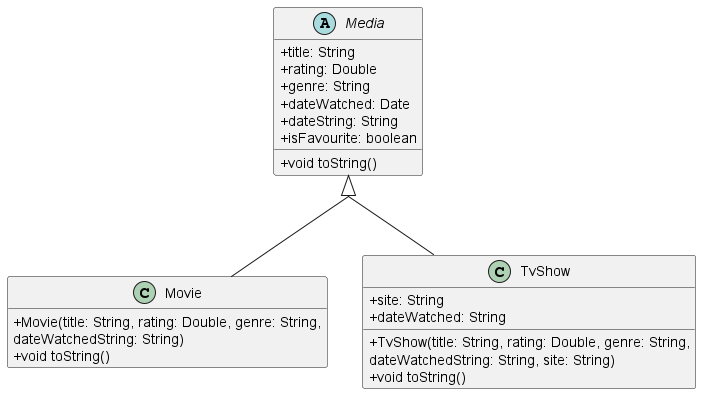
nus-cs2113-AY2223S1/tp keeps this PlantUML diagram as docs/imgs/MovieClass.png. Above is the earlier version. Its source is kept beside it as docs/UML Diagrams/MovieClass.puml.
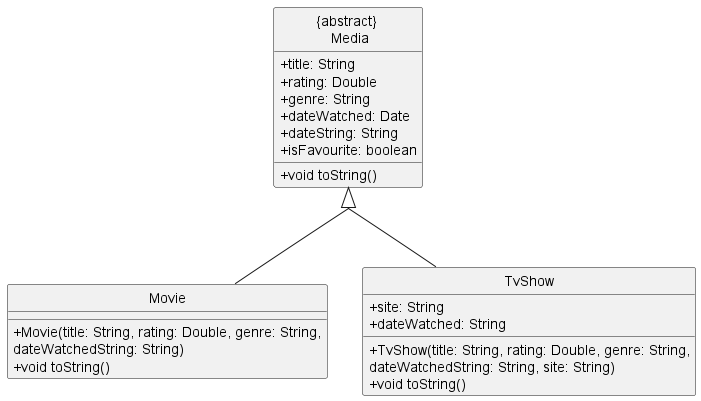
After the change.

The edit, as a diff of the source:
```diff
@@ -1,7 +1,7 @@
 @startuml
 !include style.puml
 
-abstract class Media {
+class "{abstract} \n Media" {
     +title: String
     +rating: Double
     +genre: String
@@ -16,7 +16,6 @@
     dateWatchedString: String)
     +void toString()
 }
-hide Movie fields
 
 class TvShow {
     +site: String
@@ -27,7 +26,7 @@
 }
 
 skinparam groupInheritance 2
-Media <|-down- Movie
-Media <|-down- TvShow
+"{abstract} \n Media" <|-down- Movie
+"{abstract} \n Media" <|-down- TvShow
 
 @enduml
```
